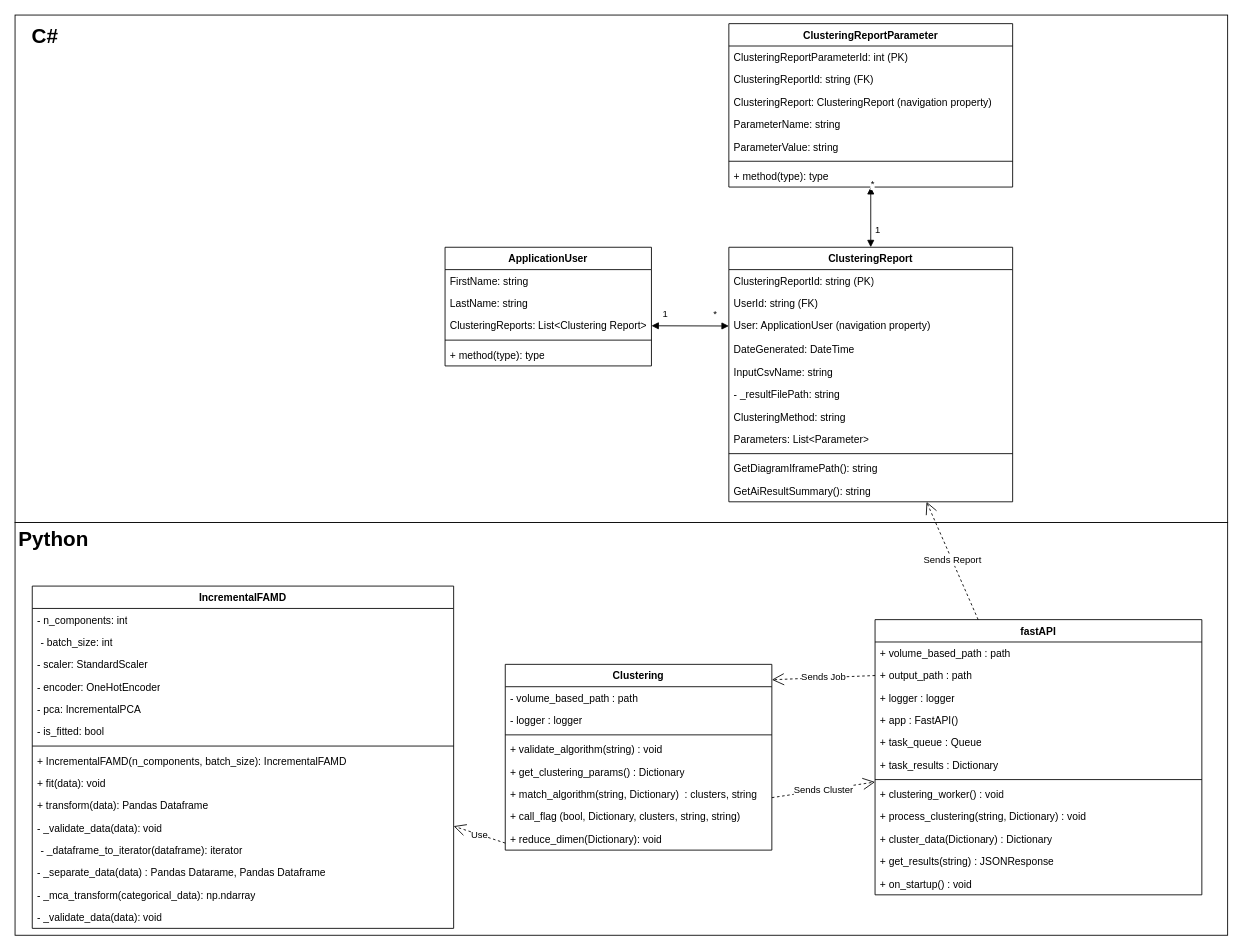
Above: uml-diagrams/claim-detective-class-diagram.drawio in ianrule/hello-streamlit (draw.io), before the change. Source tidied: cells renumbered, new cells numbered last; positions are measured from the earlier drawing's top-left corner, leaving out a move shared by most shapes. Both pictures are drawn from the tidied source at 86%, with x=0, y=0 at pixel (15, 15).
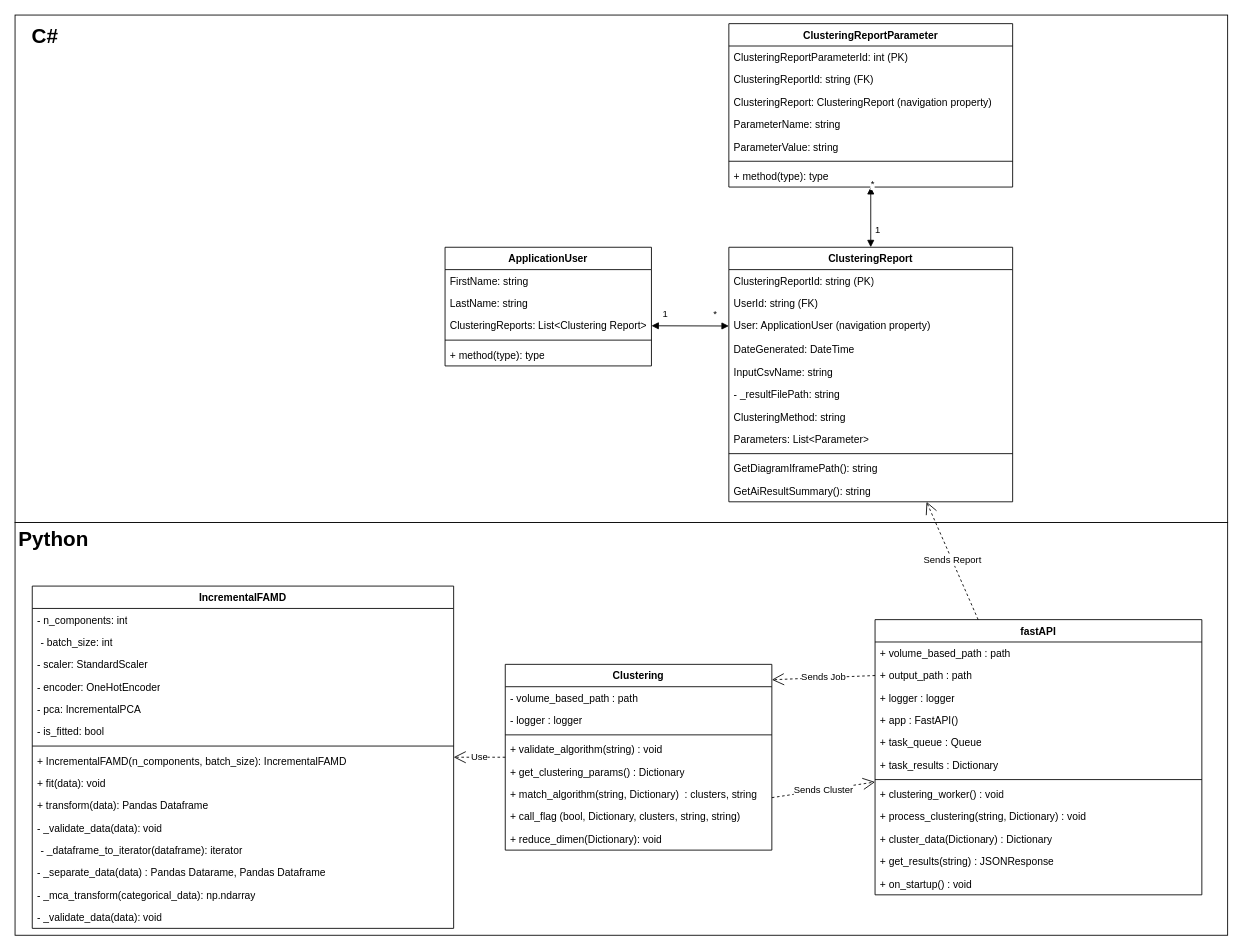
Above is the later version.

Unchanged cells that the change refers to:
```xml
<mxCell id="52" value="&lt;b&gt;IncrementalFAMD&lt;/b&gt;" style="swimlane;fontStyle=1;align=center;verticalAlign=top;horizontal=1;startSize=26;whiteSpace=wrap;html=1;" parent="1" vertex="1">
  <mxGeometry x="20" y="664" width="490" height="398" as="geometry" />
</mxCell>
<mxCell id="68" value="&lt;b&gt;Clustering&lt;/b&gt;&lt;div&gt;&lt;b&gt;&lt;br&gt;&lt;/b&gt;&lt;/div&gt;" style="swimlane;fontStyle=1;align=center;verticalAlign=top;horizontal=1;startSize=26;whiteSpace=wrap;html=1;" parent="1" vertex="1">
  <mxGeometry x="570" y="755" width="310" height="216" as="geometry" />
</mxCell>
<mxCell id="77" value="+ reduce_dimen(Dictionary): void" style="text;strokeColor=none;fillColor=none;align=left;verticalAlign=top;spacingLeft=4;spacingRight=4;overflow=hidden;points=[[0,0.5],[1,0.5]];portConstraint=eastwest;whiteSpace=wrap;html=1;" parent="68" vertex="1">
  <mxGeometry y="190" width="310" height="26" as="geometry" />
</mxCell>
```

Change to the diagram source:
```diff
@@
-    <mxCell id="23" value="Use" style="endArrow=open;endSize=12;dashed=1;html=1;rounded=0;exitX=0;exitY=0.685;exitDx=0;exitDy=0;exitPerimeter=0;" parent="1" edge="1" source="77" target="52">
+    <mxCell id="23" value="Use" style="endArrow=open;endSize=12;dashed=1;html=1;rounded=0;" parent="1" edge="1" source="68" target="52">
       <mxGeometry relative="1" as="geometry" />
     </mxCell>
```
